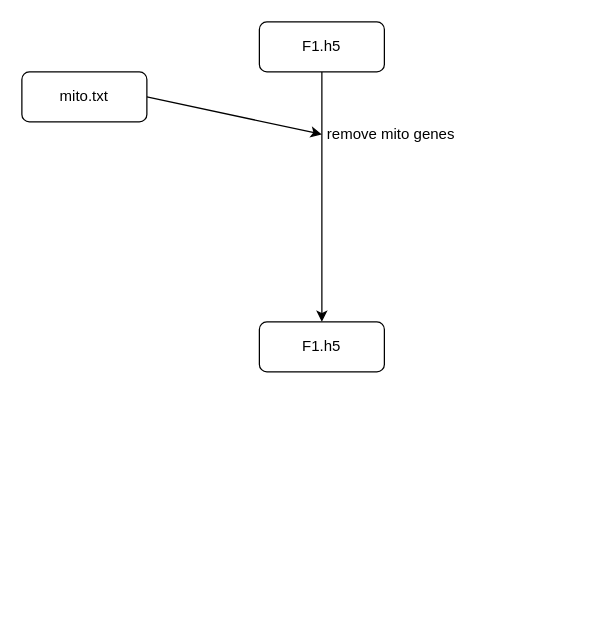
Above: .structure/structure.drawio in zliu90693/downstream_analysis (draw.io), before the change. Source tidied: cells renumbered, new cells numbered last; positions are measured from the earlier drawing's top-left corner, leaving out a move shared by most shapes. Both pictures are drawn from the tidied source at 125%, with x=0, y=0 at pixel (21, 21).
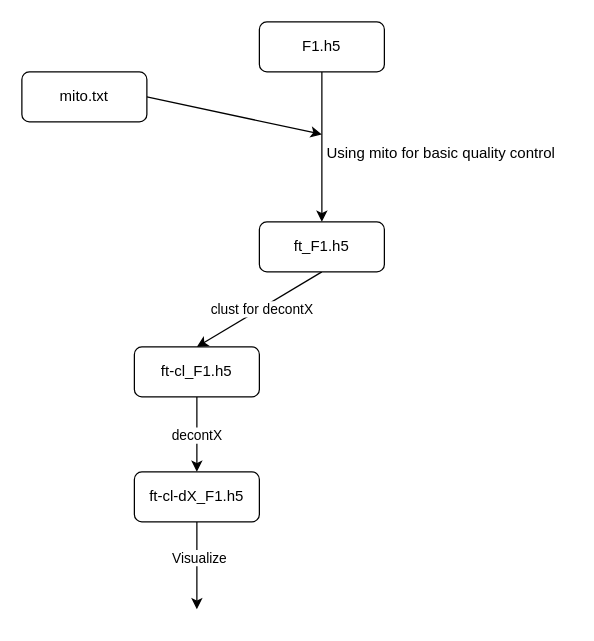
Above is the later version.

Commit message (it also covers changes not shown here):
after decontX 2

What changed in the source:
```diff
@@
 <mxGraphModel>
   <root>
     <mxCell id="0" />
     <mxCell id="1" parent="0" />
     <mxCell id="2" style="edgeStyle=none;html=1;exitX=0.5;exitY=1;exitDx=0;exitDy=0;entryX=0.5;entryY=0;entryDx=0;entryDy=0;" parent="1" edge="1" source="3" target="4">
       <mxGeometry relative="1" as="geometry" />
     </mxCell>
     <mxCell id="3" value="F1.h5" style="rounded=1;whiteSpace=wrap;html=1;" parent="1" vertex="1">
       <mxGeometry x="190" width="100" height="40" as="geometry" />
     </mxCell>
+    <mxCell id="8" style="edgeStyle=none;html=1;exitX=0.5;exitY=1;exitDx=0;exitDy=0;entryX=0.5;entryY=0;entryDx=0;entryDy=0;" parent="1" edge="1" source="4" target="12">
+      <mxGeometry relative="1" as="geometry" />
+    </mxCell>
+    <mxCell id="9" value="clust for decontX" style="edgeLabel;html=1;align=center;verticalAlign=middle;" parent="8" vertex="1">
+      <mxGeometry x="-0.02" relative="1" as="geometry" />
+    </mxCell>
-    <mxCell id="4" value="F1.h5" style="rounded=1;whiteSpace=wrap;html=1;" parent="1" vertex="1">
-      <mxGeometry x="190" y="240" width="100" height="40" as="geometry" />
+    <mxCell id="4" value="ft_F1.h5" style="rounded=1;whiteSpace=wrap;html=1;" parent="1" vertex="1">
+      <mxGeometry x="190" y="160" width="100" height="40" as="geometry" />
     </mxCell>
     <mxCell id="5" style="edgeStyle=none;html=1;exitX=1;exitY=0.5;exitDx=0;exitDy=0;" parent="1" edge="1" source="6">
       <mxGeometry relative="1" as="geometry">
         <mxPoint x="240" y="90" as="targetPoint" />
       </mxGeometry>
     </mxCell>
     <mxCell id="6" value="mito.txt" style="rounded=1;whiteSpace=wrap;html=1;" parent="1" vertex="1">
       <mxGeometry y="40" width="100" height="40" as="geometry" />
     </mxCell>
-    <mxCell id="7" value="remove mito genes" style="text;html=1;align=center;verticalAlign=middle;strokeColor=none;fillColor=none;" parent="1" vertex="1">
-      <mxGeometry x="230" y="75" width="130" height="30" as="geometry" />
+    <mxCell id="7" value="&lt;span lang=&quot;en&quot; class=&quot;HwtZe&quot;&gt;Using mito for basic quality control&lt;/span&gt;" style="text;html=1;align=center;verticalAlign=middle;strokeColor=none;fillColor=none;" parent="1" vertex="1">
+      <mxGeometry x="230" y="90" width="210" height="30" as="geometry" />
     </mxCell>
+    <mxCell id="10" style="edgeStyle=none;html=1;exitX=0.5;exitY=1;exitDx=0;exitDy=0;" parent="1" edge="1" source="12" target="15">
+      <mxGeometry relative="1" as="geometry" />
+    </mxCell>
+    <mxCell id="11" value="decontX" style="edgeLabel;html=1;align=center;verticalAlign=middle;" parent="10" vertex="1">
+      <mxGeometry y="-1" relative="1" as="geometry" />
+    </mxCell>
+    <mxCell id="12" value="ft-cl_F1.h5" style="rounded=1;whiteSpace=wrap;html=1;" parent="1" vertex="1">
+      <mxGeometry x="90" y="260" width="100" height="40" as="geometry" />
+    </mxCell>
+    <mxCell id="13" style="edgeStyle=none;html=1;exitX=0.5;exitY=1;exitDx=0;exitDy=0;" parent="1" edge="1" source="15">
+      <mxGeometry relative="1" as="geometry">
+        <mxPoint x="140" y="470" as="targetPoint" />
+      </mxGeometry>
+    </mxCell>
+    <mxCell id="14" value="Visualize" style="edgeLabel;html=1;align=center;verticalAlign=middle;" parent="13" vertex="1">
+      <mxGeometry x="-0.2" y="1" relative="1" as="geometry" />
+    </mxCell>
+    <mxCell id="15" value="ft-cl-dX_F1.h5" style="rounded=1;whiteSpace=wrap;html=1;" parent="1" vertex="1">
+      <mxGeometry x="90" y="360" width="100" height="40" as="geometry" />
+    </mxCell>
   </root>
 </mxGraphModel>
```
